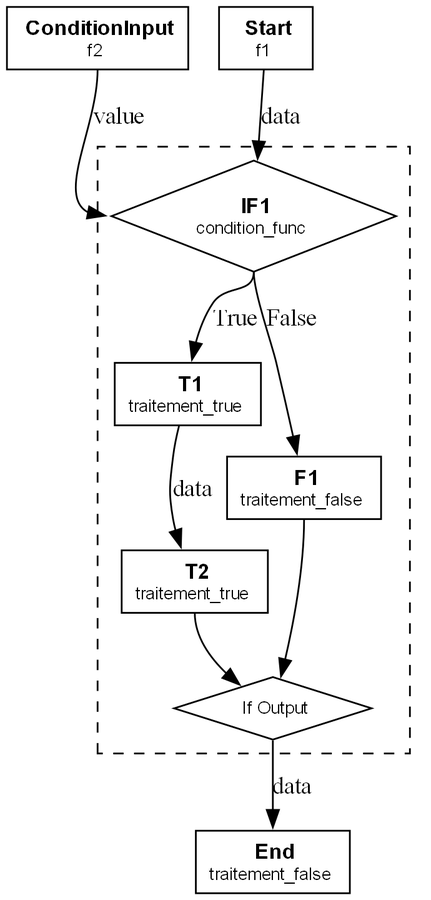
Earlier version of the Graphviz export examples/pipeline_example_cond/pipeline_example_cond.png (centralelyon/pipeoptz). Its source is kept beside it as examples/pipeline_example_cond/pipeline_example_cond.dot. Its diagram source:
```dot
digraph Pipeline {
  rankdir=TB;
  node [fontsize=12 fontname="Helvetica"];
  "Start" [shape=box, label=< <B>Start</B><BR/><FONT POINT-SIZE="10">f1</FONT> >];
  "ConditionInput" [shape=box, label=< <B>ConditionInput</B><BR/><FONT POINT-SIZE="10">f2</FONT> >];
  subgraph cluster_IF1 {
    style=dashed;
    "IF1" [shape=diamond, label=< <B>IF1</B><BR/><FONT POINT-SIZE="10">condition_func</FONT> >];
  "IF1_T_T1" [shape=box, label=< <B>T1</B><BR/><FONT POINT-SIZE="10">traitement_true</FONT> >];
  "IF1_T_T2" [shape=box, label=< <B>T2</B><BR/><FONT POINT-SIZE="10">traitement_true</FONT> >];
  "IF1_T_T1" -> "IF1_T_T2" [label="data"];
  "IF1_F_F1" [shape=box, label=< <B>F1</B><BR/><FONT POINT-SIZE="10">traitement_false</FONT> >];
    "IF1" -> "IF1_T_T1" [label="True", tailport=s];
    "IF1" -> "IF1_F_F1" [label="False", tailport=s];
    "IF1_output" [shape=diamond, label=< <FONT POINT-SIZE="10"> If Output</FONT> >];
    "IF1_T_T2" -> "IF1_output" [tailport=s];
    "IF1_F_F1" -> "IF1_output" [tailport=s];
  }
  "End" [shape=box, label=< <B>End</B><BR/><FONT POINT-SIZE="10">traitement_false</FONT> >];
  "ConditionInput" -> "IF1" [label="value", tailport=s, headport=w, arrowhead=normal];
  "Start" -> "IF1" [label="data"];
  "IF1_output" -> "End" [label="data"];
}
```
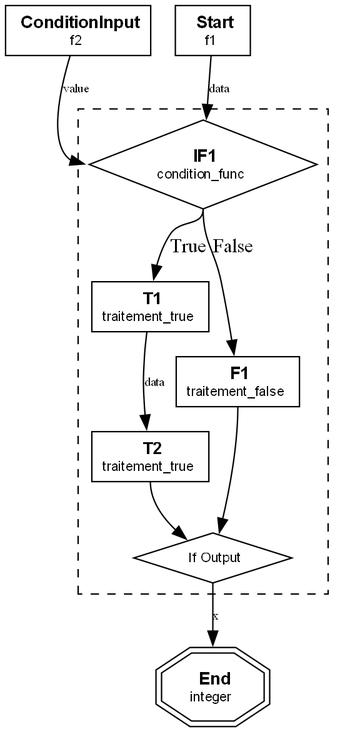
The same diagram one commit later.

Change to the diagram source:
```diff
@@ -6,18 +6,26 @@
   subgraph cluster_IF1 {
     style=dashed;
     "IF1" [shape=diamond, label=< <B>IF1</B><BR/><FONT POINT-SIZE="10">condition_func</FONT> >];
+subgraph Pipeline {
+  rankdir=TB;
+  node [fontsize=12 fontname="Helvetica"];
   "IF1_T_T1" [shape=box, label=< <B>T1</B><BR/><FONT POINT-SIZE="10">traitement_true</FONT> >];
   "IF1_T_T2" [shape=box, label=< <B>T2</B><BR/><FONT POINT-SIZE="10">traitement_true</FONT> >];
-  "IF1_T_T1" -> "IF1_T_T2" [label="data"];
+  "IF1_T_T1" -> "IF1_T_T2" [label="data", fontsize=9];
+}
+subgraph Pipeline {
+  rankdir=TB;
+  node [fontsize=12 fontname="Helvetica"];
   "IF1_F_F1" [shape=box, label=< <B>F1</B><BR/><FONT POINT-SIZE="10">traitement_false</FONT> >];
+}
     "IF1" -> "IF1_T_T1" [label="True", tailport=s];
     "IF1" -> "IF1_F_F1" [label="False", tailport=s];
     "IF1_output" [shape=diamond, label=< <FONT POINT-SIZE="10"> If Output</FONT> >];
     "IF1_T_T2" -> "IF1_output" [tailport=s];
     "IF1_F_F1" -> "IF1_output" [tailport=s];
   }
-  "End" [shape=box, label=< <B>End</B><BR/><FONT POINT-SIZE="10">traitement_false</FONT> >];
-  "ConditionInput" -> "IF1" [label="value", tailport=s, headport=w, arrowhead=normal];
-  "Start" -> "IF1" [label="data"];
-  "IF1_output" -> "End" [label="data"];
+  "End" [shape=doubleoctagon, label=< <B>End</B><BR/><FONT POINT-SIZE="10">integer</FONT> >];
+  "ConditionInput" -> "IF1" [label="value", fontsize=9, headport=w];
+  "Start" -> "IF1" [label="data", fontsize=9];
+  "IF1_output" -> "End" [label="x", fontsize=9];
 }
```
